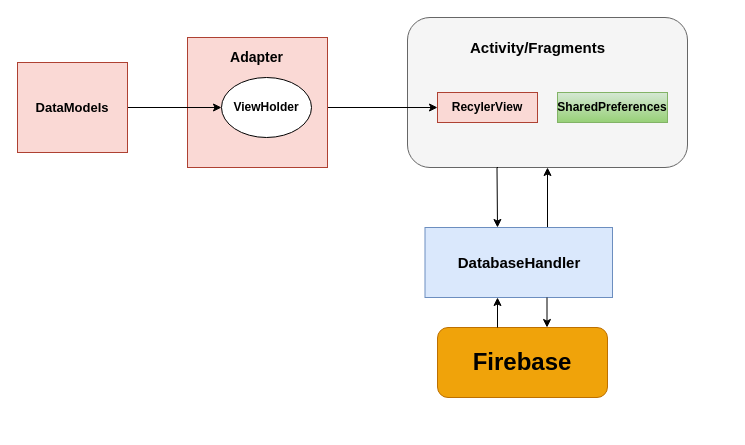
Earlier version of the draw.io diagram Untitled Diagram.drawio (muntinova/QuizApp). Source tidied: cells renumbered, new cells numbered last; positions are measured from the earlier drawing's top-left corner, leaving out a move shared by most shapes. Both pictures are drawn from the tidied source at 100%, with x=0, y=0 at pixel (17, 17).
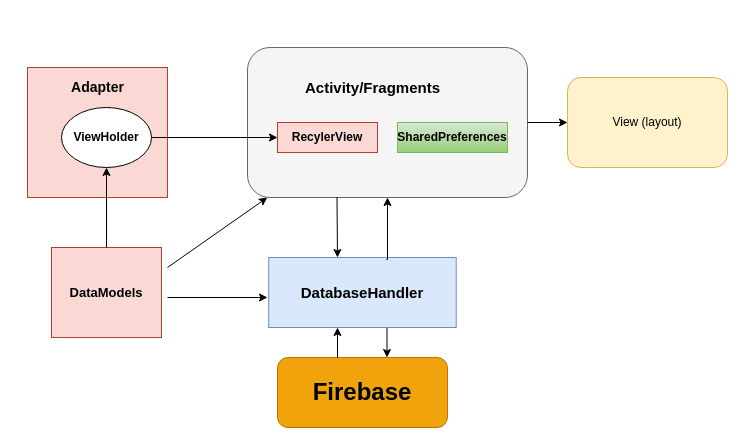
Above is the later version.

Diff of the diagram source:
```diff
@@
-    <mxCell id="2" style="edgeStyle=orthogonalEdgeStyle;rounded=0;jettySize=auto;html=1;entryX=0.5;entryY=1;entryDx=0;entryDy=0;" parent="1" edge="1" target="4">
-      <mxGeometry relative="1" as="geometry">
-        <mxPoint x="480" y="230" as="sourcePoint" />
-        <Array as="points">
-          <mxPoint x="530" y="230" />
-        </Array>
-      </mxGeometry>
-    </mxCell>
-    <mxCell id="3" value="&lt;b&gt;&lt;font style=&quot;font-size: 15px&quot;&gt;DatabaseHandler&lt;/font&gt;&lt;/b&gt;" style="rounded=0;whiteSpace=wrap;html=1;fillColor=#dae8fc;strokeColor=#6c8ebf;" parent="1" vertex="1">
-      <mxGeometry x="407.5" y="210" width="187.5" height="70" as="geometry" />
-    </mxCell>
+    <mxCell id="19" style="group;" parent="1" vertex="1">
+      <mxGeometry x="10" y="30" width="500" height="380" as="geometry" />
+    </mxCell>
-    <mxCell id="4" style="rounded=1;whiteSpace=wrap;html=1;fillColor=#f5f5f5;fontColor=#333333;strokeColor=#666666;" parent="1" vertex="1">
-      <mxGeometry x="390" width="280" height="150" as="geometry" />
+    <mxCell id="4" style="rounded=1;whiteSpace=wrap;html=1;fillColor=#f5f5f5;fontColor=#333333;strokeColor=#666666;" parent="19" vertex="1">
+      <mxGeometry x="220" width="280" height="150" as="geometry" />
     </mxCell>
-    <mxCell id="5" style="edgeStyle=orthogonalEdgeStyle;rounded=0;jettySize=auto;html=1;entryX=0;entryY=0.5;entryDx=0;entryDy=0;exitX=1;exitY=0.5;exitDx=0;exitDy=0;" parent="1" edge="1" source="7" target="11">
-      <mxGeometry relative="1" as="geometry" />
-    </mxCell>
-    <mxCell id="6" style="rounded=0;whiteSpace=wrap;html=1;fillColor=#fad9d5;strokeColor=#ae4132;" parent="1" vertex="1">
-      <mxGeometry x="170" y="20" width="140" height="130" as="geometry" />
+    <mxCell id="6" style="rounded=0;whiteSpace=wrap;html=1;fillColor=#fad9d5;strokeColor=#ae4132;" parent="19" vertex="1">
+      <mxGeometry y="20" width="140" height="130" as="geometry" />
     </mxCell>
-    <mxCell id="7" value="&lt;b&gt;ViewHolder&lt;/b&gt;" style="ellipse;whiteSpace=wrap;html=1;" parent="1" vertex="1">
-      <mxGeometry x="204" y="60" width="90" height="60" as="geometry" />
+    <mxCell id="7" value="&lt;b&gt;ViewHolder&lt;/b&gt;" style="ellipse;whiteSpace=wrap;html=1;" parent="19" vertex="1">
+      <mxGeometry x="34" y="60" width="90" height="60" as="geometry" />
     </mxCell>
-    <mxCell id="8" value="&lt;font style=&quot;font-size: 14px&quot;&gt;&lt;b&gt;Adapter&lt;/b&gt;&lt;/font&gt;" style="text;html=1;align=center;verticalAlign=middle;strokeColor=none;fillColor=none;" parent="1" vertex="1">
-      <mxGeometry x="204" y="30" width="70" height="20" as="geometry" />
+    <mxCell id="8" value="&lt;font style=&quot;font-size: 14px&quot;&gt;&lt;b&gt;Adapter&lt;/b&gt;&lt;/font&gt;" style="text;html=1;align=center;verticalAlign=middle;strokeColor=none;fillColor=none;" parent="19" vertex="1">
+      <mxGeometry x="35" y="30" width="70" height="20" as="geometry" />
     </mxCell>
+    <mxCell id="10" value="&lt;b&gt;&lt;font style=&quot;font-size: 13px&quot;&gt;DataModels&lt;/font&gt;&lt;/b&gt;" style="rounded=0;whiteSpace=wrap;html=1;fillColor=#fad9d5;strokeColor=#ae4132;" parent="19" vertex="1">
+      <mxGeometry x="24" y="200" width="110" height="90" as="geometry" />
+    </mxCell>
-    <mxCell id="9" style="edgeStyle=orthogonalEdgeStyle;rounded=0;jettySize=auto;html=1;exitX=1;exitY=0.5;exitDx=0;exitDy=0;entryX=0;entryY=0.5;entryDx=0;entryDy=0;" parent="1" edge="1" source="10" target="7">
-      <mxGeometry relative="1" as="geometry" />
+    <mxCell id="9" style="edgeStyle=orthogonalEdgeStyle;rounded=0;jettySize=auto;html=1;exitX=0.5;exitY=0;exitDx=0;exitDy=0;entryX=0.5;entryY=1;entryDx=0;entryDy=0;" parent="19" edge="1" source="10" target="7">
+      <mxGeometry relative="1" as="geometry">
+        <Array as="points">
+          <mxPoint x="79" y="140" />
+          <mxPoint x="79" y="140" />
+        </Array>
+      </mxGeometry>
     </mxCell>
-    <mxCell id="10" value="&lt;b&gt;&lt;font style=&quot;font-size: 13px&quot;&gt;DataModels&lt;/font&gt;&lt;/b&gt;" style="rounded=0;whiteSpace=wrap;html=1;fillColor=#fad9d5;strokeColor=#ae4132;" parent="1" vertex="1">
-      <mxGeometry y="45" width="110" height="90" as="geometry" />
-    </mxCell>
-    <mxCell id="11" value="&lt;b&gt;RecylerView&lt;/b&gt;" style="rounded=0;whiteSpace=wrap;html=1;fillColor=#fad9d5;strokeColor=#ae4132;" parent="1" vertex="1">
-      <mxGeometry x="420" y="75" width="100" height="30" as="geometry" />
+    <mxCell id="11" value="&lt;b&gt;RecylerView&lt;/b&gt;" style="rounded=0;whiteSpace=wrap;html=1;fillColor=#fad9d5;strokeColor=#ae4132;" parent="19" vertex="1">
+      <mxGeometry x="250" y="75" width="100" height="30" as="geometry" />
     </mxCell>
-    <mxCell id="12" value="&lt;b&gt;&lt;font style=&quot;font-size: 15px&quot;&gt;Activity/Fragments&lt;/font&gt;&lt;/b&gt;" style="text;html=1;align=center;verticalAlign=middle;strokeColor=none;fillColor=none;" parent="1" vertex="1">
-      <mxGeometry x="445" y="20" width="150" height="20" as="geometry" />
-    </mxCell>
-    <mxCell id="13" style="endArrow=classic;html=1;rounded=0;" parent="1" edge="1">
+    <mxCell id="13" style="endArrow=classic;html=1;rounded=0;" parent="19" edge="1">
       <mxGeometry relative="1" as="geometry">
-        <mxPoint x="480.5" y="150" as="sourcePoint" />
-        <mxPoint x="480" y="210" as="targetPoint" />
+        <mxPoint x="310.5" y="150" as="sourcePoint" />
+        <mxPoint x="310" y="210" as="targetPoint" />
         <Array as="points">
-          <mxPoint x="479.5" y="150" />
+          <mxPoint x="309.5" y="150" />
         </Array>
       </mxGeometry>
     </mxCell>
-    <mxCell id="14" value="&lt;b&gt;SharedPreferences&lt;/b&gt;" style="rounded=0;whiteSpace=wrap;html=1;fillColor=#d5e8d4;gradientColor=#97d077;strokeColor=#82b366;" parent="1" vertex="1">
-      <mxGeometry x="540" y="75" width="110" height="30" as="geometry" />
+    <mxCell id="14" value="&lt;b&gt;SharedPreferences&lt;/b&gt;" style="rounded=0;whiteSpace=wrap;html=1;fillColor=#d5e8d4;gradientColor=#97d077;strokeColor=#82b366;" parent="19" vertex="1">
+      <mxGeometry x="370" y="75" width="110" height="30" as="geometry" />
     </mxCell>
-    <mxCell id="15" style="group;" parent="1" vertex="1">
-      <mxGeometry x="420" y="280" width="170" height="100" as="geometry" />
+    <mxCell id="15" style="group;" parent="19" vertex="1">
+      <mxGeometry x="250" y="280" width="170" height="100" as="geometry" />
     </mxCell>
@@
+    <mxCell id="5" style="edgeStyle=orthogonalEdgeStyle;rounded=0;jettySize=auto;html=1;entryX=0;entryY=0.5;entryDx=0;entryDy=0;exitX=1;exitY=0.5;exitDx=0;exitDy=0;" parent="19" edge="1" source="7" target="11">
+      <mxGeometry relative="1" as="geometry" />
+    </mxCell>
+    <mxCell id="12" value="&lt;b&gt;&lt;font style=&quot;font-size: 15px&quot;&gt;Activity/Fragments&lt;/font&gt;&lt;/b&gt;" style="text;html=1;align=center;verticalAlign=middle;strokeColor=none;fillColor=none;" parent="19" vertex="1">
+      <mxGeometry x="270" y="30" width="150" height="20" as="geometry" />
+    </mxCell>
+    <mxCell id="3" value="&lt;b&gt;&lt;font style=&quot;font-size: 15px&quot;&gt;DatabaseHandler&lt;/font&gt;&lt;/b&gt;" style="rounded=0;whiteSpace=wrap;html=1;fillColor=#dae8fc;strokeColor=#6c8ebf;" parent="19" vertex="1">
+      <mxGeometry x="241.2" y="210" width="187.5" height="70" as="geometry" />
+    </mxCell>
+    <mxCell id="2" style="edgeStyle=orthogonalEdgeStyle;rounded=0;jettySize=auto;html=1;exitX=0.628;exitY=0.029;exitDx=0;exitDy=0;exitPerimeter=0;" parent="19" edge="1" source="3">
+      <mxGeometry relative="1" as="geometry">
+        <mxPoint x="360" y="150" as="targetPoint" />
+        <Array as="points">
+          <mxPoint x="360" y="212" />
+        </Array>
+      </mxGeometry>
+    </mxCell>
+    <mxCell id="20" value="View (layout)" style="rounded=1;whiteSpace=wrap;html=1;fillColor=#fff2cc;strokeColor=#d6b656;" parent="1" vertex="1">
+      <mxGeometry x="550" y="60" width="160" height="90" as="geometry" />
+    </mxCell>
+    <mxCell id="21" style="edgeStyle=orthogonalEdgeStyle;rounded=0;jettySize=auto;html=1;exitX=1;exitY=0.5;exitDx=0;exitDy=0;" parent="1" edge="1" source="4" target="20">
+      <mxGeometry relative="1" as="geometry" />
+    </mxCell>
+    <mxCell id="22" style="endArrow=classic;html=1;rounded=0;" parent="1" edge="1">
+      <mxGeometry relative="1" as="geometry">
+        <mxPoint x="150" y="280" as="sourcePoint" />
+        <mxPoint x="250" y="280" as="targetPoint" />
+      </mxGeometry>
+    </mxCell>
+    <mxCell id="23" style="endArrow=classic;html=1;rounded=0;entryX=0.071;entryY=1;entryDx=0;entryDy=0;entryPerimeter=0;" parent="1" edge="1" target="4">
+      <mxGeometry relative="1" as="geometry">
+        <mxPoint x="150" y="250" as="sourcePoint" />
+      </mxGeometry>
+    </mxCell>
```
